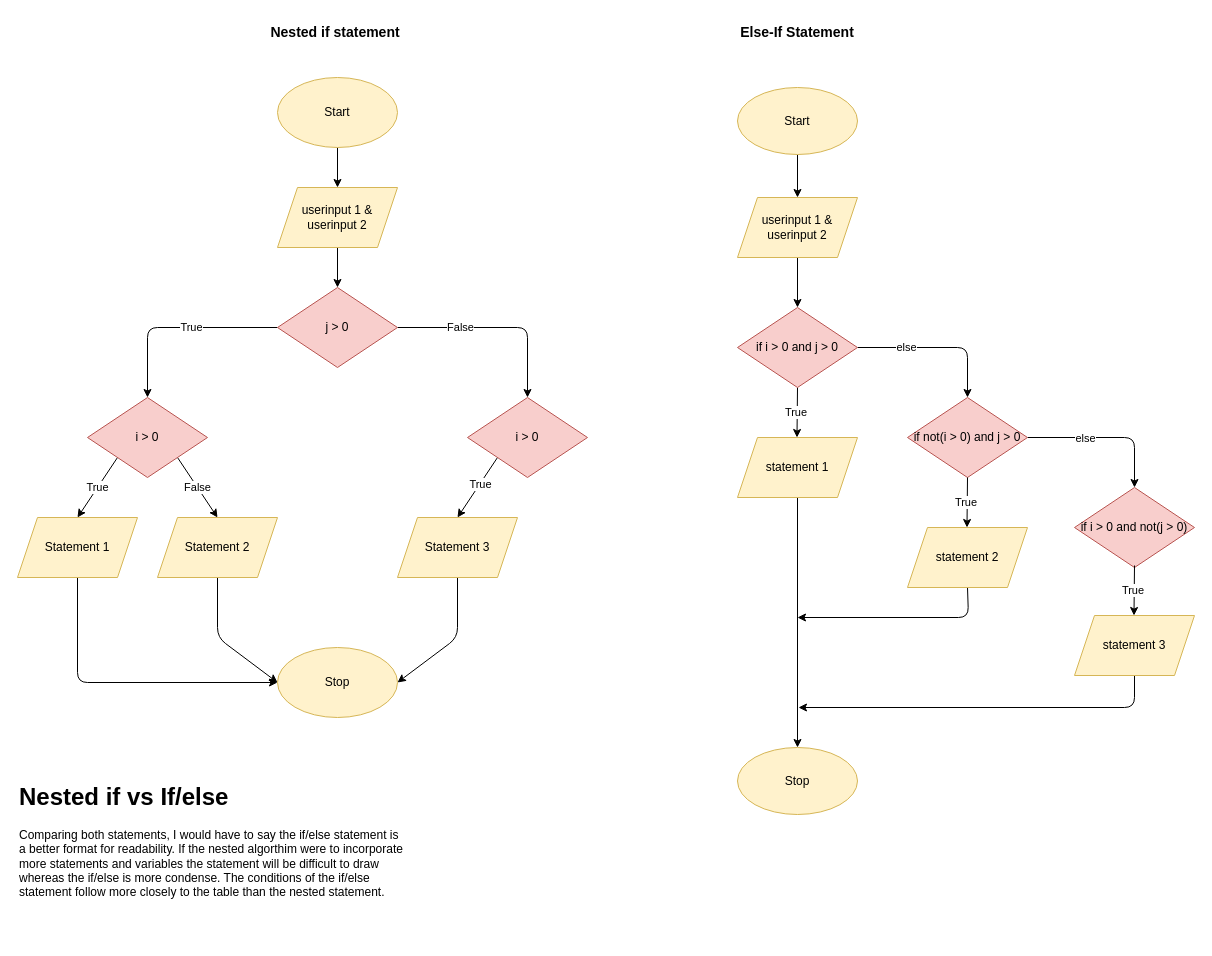
Earlier version of the draw.io diagram main.drawio (ipivanparra/Algorithm-4-1). Source tidied: cells renumbered, new cells numbered last; positions are measured from the earlier drawing's top-left corner, leaving out a move shared by most shapes. Both pictures are drawn from the tidied source at 100%, with x=0, y=0 at pixel (17, 17).
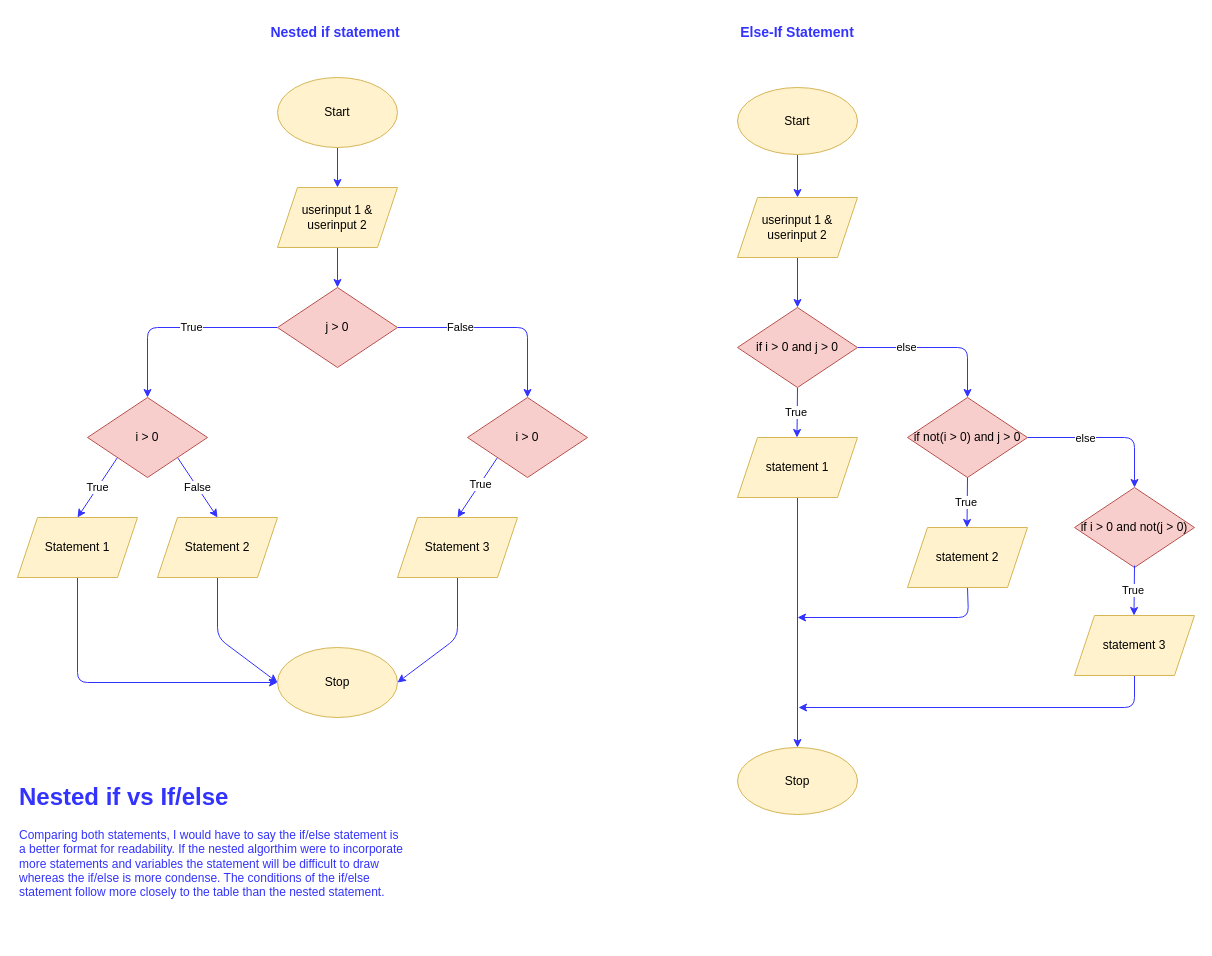
After the change.

Unchanged cells that the change refers to:
```xml
<mxCell id="3" value="userinput 1 &amp;amp; userinput 2" style="shape=parallelogram;perimeter=parallelogramPerimeter;whiteSpace=wrap;html=1;fixedSize=1;fillColor=#fff2cc;strokeColor=#d6b656;" parent="1" vertex="1">
  <mxGeometry x="260" y="170" width="120" height="60" as="geometry" />
</mxCell>
<mxCell id="9" value="Start" style="ellipse;whiteSpace=wrap;html=1;fillColor=#fff2cc;strokeColor=#d6b656;" parent="1" vertex="1">
  <mxGeometry x="260" y="60" width="120" height="70" as="geometry" />
</mxCell>
<mxCell id="12" value="i &amp;gt; 0" style="rhombus;whiteSpace=wrap;html=1;fillColor=#f8cecc;strokeColor=#b85450;" parent="1" vertex="1">
  <mxGeometry x="70" y="380" width="120" height="80" as="geometry" />
</mxCell>
<mxCell id="15" value="i &amp;gt; 0" style="rhombus;whiteSpace=wrap;html=1;fillColor=#f8cecc;strokeColor=#b85450;" parent="1" vertex="1">
  <mxGeometry x="450" y="380" width="120" height="80" as="geometry" />
</mxCell>
<mxCell id="17" value="Statement 1" style="shape=parallelogram;perimeter=parallelogramPerimeter;whiteSpace=wrap;html=1;fixedSize=1;fillColor=#fff2cc;strokeColor=#d6b656;" parent="1" vertex="1">
  <mxGeometry y="500" width="120" height="60" as="geometry" />
</mxCell>
<mxCell id="19" value="Statement 2" style="shape=parallelogram;perimeter=parallelogramPerimeter;whiteSpace=wrap;html=1;fixedSize=1;fillColor=#fff2cc;strokeColor=#d6b656;" parent="1" vertex="1">
  <mxGeometry x="140" y="500" width="120" height="60" as="geometry" />
</mxCell>
<mxCell id="21" value="Statement 3" style="shape=parallelogram;perimeter=parallelogramPerimeter;whiteSpace=wrap;html=1;fixedSize=1;fillColor=#fff2cc;strokeColor=#d6b656;" parent="1" vertex="1">
  <mxGeometry x="380" y="500" width="120" height="60" as="geometry" />
</mxCell>
<mxCell id="23" value="j &amp;gt; 0" style="rhombus;whiteSpace=wrap;html=1;fillColor=#f8cecc;strokeColor=#b85450;" parent="1" vertex="1">
  <mxGeometry x="260" y="270" width="120" height="80" as="geometry" />
</mxCell>
<mxCell id="24" value="Stop" style="ellipse;whiteSpace=wrap;html=1;fillColor=#fff2cc;strokeColor=#d6b656;" parent="1" vertex="1">
  <mxGeometry x="260" y="630" width="120" height="70" as="geometry" />
</mxCell>
<mxCell id="26" value="Start" style="ellipse;whiteSpace=wrap;html=1;fillColor=#fff2cc;strokeColor=#d6b656;" parent="1" vertex="1">
  <mxGeometry x="720" y="70" width="120" height="67" as="geometry" />
</mxCell>
<mxCell id="28" value="userinput 1 &amp;amp; userinput 2" style="shape=parallelogram;perimeter=parallelogramPerimeter;whiteSpace=wrap;html=1;fixedSize=1;fillColor=#fff2cc;strokeColor=#d6b656;" parent="1" vertex="1">
  <mxGeometry x="720" y="180" width="120" height="60" as="geometry" />
</mxCell>
<mxCell id="31" value="if i &amp;gt; 0 and j &amp;gt; 0" style="rhombus;whiteSpace=wrap;html=1;fillColor=#f8cecc;strokeColor=#b85450;" parent="1" vertex="1">
  <mxGeometry x="720" y="290" width="120" height="80" as="geometry" />
</mxCell>
<mxCell id="33" value="statement 1" style="shape=parallelogram;perimeter=parallelogramPerimeter;whiteSpace=wrap;html=1;fixedSize=1;fillColor=#fff2cc;strokeColor=#d6b656;" parent="1" vertex="1">
  <mxGeometry x="720" y="420" width="120" height="60" as="geometry" />
</mxCell>
<mxCell id="36" value="if not(i &amp;gt; 0) and j &amp;gt; 0" style="rhombus;whiteSpace=wrap;html=1;fillColor=#f8cecc;strokeColor=#b85450;" parent="1" vertex="1">
  <mxGeometry x="890" y="380" width="120" height="80" as="geometry" />
</mxCell>
<mxCell id="39" value="statement 2" style="shape=parallelogram;perimeter=parallelogramPerimeter;whiteSpace=wrap;html=1;fixedSize=1;fillColor=#fff2cc;strokeColor=#d6b656;" parent="1" vertex="1">
  <mxGeometry x="890" y="510" width="120" height="60" as="geometry" />
</mxCell>
<mxCell id="40" value="if i &amp;gt; 0 and not(j &amp;gt; 0)" style="rhombus;whiteSpace=wrap;html=1;fillColor=#f8cecc;strokeColor=#b85450;" parent="1" vertex="1">
  <mxGeometry x="1057" y="470" width="120" height="80" as="geometry" />
</mxCell>
<mxCell id="43" value="statement 3" style="shape=parallelogram;perimeter=parallelogramPerimeter;whiteSpace=wrap;html=1;fixedSize=1;fillColor=#fff2cc;strokeColor=#d6b656;" parent="1" vertex="1">
  <mxGeometry x="1057" y="598" width="120" height="60" as="geometry" />
</mxCell>
<mxCell id="44" value="Stop" style="ellipse;whiteSpace=wrap;html=1;fillColor=#fff2cc;strokeColor=#d6b656;" parent="1" vertex="1">
  <mxGeometry x="720" y="730" width="120" height="67" as="geometry" />
</mxCell>
```

The edit, as a diff of the source:
```diff
@@
-    <mxCell id="2" style="edgeStyle=none;html=1;exitX=0.5;exitY=1;exitDx=0;exitDy=0;entryX=0.5;entryY=0;entryDx=0;entryDy=0;" parent="1" edge="1" source="3" target="23">
+    <mxCell id="2" style="edgeStyle=none;html=1;exitX=0.5;exitY=1;exitDx=0;exitDy=0;entryX=0.5;entryY=0;entryDx=0;entryDy=0;strokeColor=#3333FF;fillColor=#3333FF;" parent="1" edge="1" source="3" target="23">
       <mxGeometry relative="1" as="geometry" />
     </mxCell>
@@
-    <mxCell id="4" style="edgeStyle=none;html=1;exitX=0;exitY=0.5;exitDx=0;exitDy=0;entryX=0.5;entryY=0;entryDx=0;entryDy=0;" parent="1" edge="1" target="12">
+    <mxCell id="4" style="edgeStyle=none;html=1;exitX=0;exitY=0.5;exitDx=0;exitDy=0;entryX=0.5;entryY=0;entryDx=0;entryDy=0;strokeColor=#3333FF;" parent="1" edge="1" target="12">
       <mxGeometry relative="1" as="geometry">
         <mxPoint x="260" y="310" as="sourcePoint" />
         <Array as="points">
           <mxPoint x="130" y="310" />
         </Array>
       </mxGeometry>
     </mxCell>
@@
-    <mxCell id="6" style="edgeStyle=none;html=1;exitX=1;exitY=0.5;exitDx=0;exitDy=0;entryX=0.5;entryY=0;entryDx=0;entryDy=0;" parent="1" edge="1" target="15">
+    <mxCell id="6" style="edgeStyle=none;html=1;exitX=1;exitY=0.5;exitDx=0;exitDy=0;entryX=0.5;entryY=0;entryDx=0;entryDy=0;fillColor=#3333FF;strokeColor=#3333FF;" parent="1" edge="1" target="15">
       <mxGeometry relative="1" as="geometry">
         <mxPoint x="380" y="310" as="sourcePoint" />
         <Array as="points">
           <mxPoint x="510" y="310" />
         </Array>
       </mxGeometry>
     </mxCell>
@@
-    <mxCell id="8" style="edgeStyle=none;html=1;exitX=0.5;exitY=1;exitDx=0;exitDy=0;entryX=0.5;entryY=0;entryDx=0;entryDy=0;" parent="1" edge="1" source="9" target="3">
+    <mxCell id="8" style="edgeStyle=none;html=1;exitX=0.5;exitY=1;exitDx=0;exitDy=0;entryX=0.5;entryY=0;entryDx=0;entryDy=0;strokeColor=#3333FF;" parent="1" edge="1" source="9" target="3">
       <mxGeometry relative="1" as="geometry" />
     </mxCell>
@@
-    <mxCell id="10" value="True" style="edgeStyle=none;html=1;exitX=0;exitY=1;exitDx=0;exitDy=0;entryX=0.5;entryY=0;entryDx=0;entryDy=0;" parent="1" edge="1" source="12" target="17">
+    <mxCell id="10" value="True" style="edgeStyle=none;html=1;exitX=0;exitY=1;exitDx=0;exitDy=0;entryX=0.5;entryY=0;entryDx=0;entryDy=0;strokeColor=#3333FF;" parent="1" edge="1" source="12" target="17">
       <mxGeometry relative="1" as="geometry" />
     </mxCell>
-    <mxCell id="11" value="False" style="edgeStyle=none;html=1;exitX=1;exitY=1;exitDx=0;exitDy=0;entryX=0.5;entryY=0;entryDx=0;entryDy=0;" parent="1" edge="1" source="12" target="19">
+    <mxCell id="11" value="False" style="edgeStyle=none;html=1;exitX=1;exitY=1;exitDx=0;exitDy=0;entryX=0.5;entryY=0;entryDx=0;entryDy=0;strokeColor=#3333FF;" parent="1" edge="1" source="12" target="19">
       <mxGeometry relative="1" as="geometry" />
     </mxCell>
@@
-    <mxCell id="13" style="edgeStyle=none;html=1;exitX=0;exitY=1;exitDx=0;exitDy=0;entryX=0.5;entryY=0;entryDx=0;entryDy=0;" parent="1" edge="1" source="15" target="21">
+    <mxCell id="13" style="edgeStyle=none;html=1;exitX=0;exitY=1;exitDx=0;exitDy=0;entryX=0.5;entryY=0;entryDx=0;entryDy=0;strokeColor=#3333FF;" parent="1" edge="1" source="15" target="21">
       <mxGeometry relative="1" as="geometry" />
     </mxCell>
@@
-    <mxCell id="16" style="edgeStyle=none;html=1;exitX=0.5;exitY=1;exitDx=0;exitDy=0;entryX=0;entryY=0.5;entryDx=0;entryDy=0;" parent="1" edge="1" source="17" target="24">
+    <mxCell id="16" style="edgeStyle=none;html=1;exitX=0.5;exitY=1;exitDx=0;exitDy=0;entryX=0;entryY=0.5;entryDx=0;entryDy=0;strokeColor=#3333FF;" parent="1" edge="1" source="17" target="24">
       <mxGeometry relative="1" as="geometry">
         <Array as="points">
           <mxPoint x="60" y="665" />
         </Array>
       </mxGeometry>
     </mxCell>
@@
-    <mxCell id="18" style="edgeStyle=none;html=1;exitX=0.5;exitY=1;exitDx=0;exitDy=0;entryX=0;entryY=0.5;entryDx=0;entryDy=0;" parent="1" edge="1" source="19" target="24">
+    <mxCell id="18" style="edgeStyle=none;html=1;exitX=0.5;exitY=1;exitDx=0;exitDy=0;entryX=0;entryY=0.5;entryDx=0;entryDy=0;strokeColor=#3333FF;" parent="1" edge="1" source="19" target="24">
       <mxGeometry relative="1" as="geometry">
         <Array as="points">
           <mxPoint x="200" y="620" />
         </Array>
       </mxGeometry>
     </mxCell>
@@
-    <mxCell id="20" style="edgeStyle=none;html=1;exitX=0.5;exitY=1;exitDx=0;exitDy=0;entryX=1;entryY=0.5;entryDx=0;entryDy=0;" parent="1" edge="1" source="21" target="24">
+    <mxCell id="20" style="edgeStyle=none;html=1;exitX=0.5;exitY=1;exitDx=0;exitDy=0;entryX=1;entryY=0.5;entryDx=0;entryDy=0;strokeColor=#3333FF;" parent="1" edge="1" source="21" target="24">
       <mxGeometry relative="1" as="geometry">
         <Array as="points">
           <mxPoint x="440" y="620" />
         </Array>
       </mxGeometry>
     </mxCell>
@@
-    <mxCell id="22" value="Nested if statement&amp;nbsp;" style="text;html=1;align=center;verticalAlign=middle;whiteSpace=wrap;rounded=0;fontStyle=1;fontSize=14;" parent="1" vertex="1">
+    <mxCell id="22" value="Nested if statement&amp;nbsp;" style="text;html=1;align=center;verticalAlign=middle;whiteSpace=wrap;rounded=0;fontStyle=1;fontSize=14;fontColor=#3333FF;" parent="1" vertex="1">
       <mxGeometry x="250" width="140" height="30" as="geometry" />
     </mxCell>
@@
-    <mxCell id="25" style="edgeStyle=none;html=1;" parent="1" edge="1" source="26" target="28">
+    <mxCell id="25" style="edgeStyle=none;html=1;strokeColor=#3333FF;" parent="1" edge="1" source="26" target="28">
       <mxGeometry relative="1" as="geometry" />
     </mxCell>
@@
-    <mxCell id="27" style="edgeStyle=none;html=1;" parent="1" edge="1" source="28" target="31">
+    <mxCell id="27" style="edgeStyle=none;html=1;strokeColor=#3333FF;" parent="1" edge="1" source="28" target="31">
       <mxGeometry relative="1" as="geometry" />
     </mxCell>
@@
-    <mxCell id="29" value="else" style="edgeStyle=none;html=1;exitX=1;exitY=0.5;exitDx=0;exitDy=0;" parent="1" edge="1" source="31">
+    <mxCell id="29" value="else" style="edgeStyle=none;html=1;exitX=1;exitY=0.5;exitDx=0;exitDy=0;strokeColor=#3333FF;" parent="1" edge="1" source="31">
       <mxGeometry x="-0.38" relative="1" as="geometry">
         <mxPoint x="950" y="380" as="targetPoint" />
         <Array as="points">
           <mxPoint x="950" y="330" />
         </Array>
         <mxPoint x="-1" as="offset" />
       </mxGeometry>
     </mxCell>
-    <mxCell id="30" value="True&amp;nbsp;" style="edgeStyle=none;html=1;exitX=0.5;exitY=1;exitDx=0;exitDy=0;" parent="1" edge="1" source="31">
+    <mxCell id="30" value="True&amp;nbsp;" style="edgeStyle=none;html=1;exitX=0.5;exitY=1;exitDx=0;exitDy=0;strokeColor=#3333FF;" parent="1" edge="1" source="31">
       <mxGeometry relative="1" as="geometry">
         <mxPoint x="779.5" y="420" as="targetPoint" />
       </mxGeometry>
     </mxCell>
@@
-    <mxCell id="32" style="edgeStyle=none;html=1;exitX=0.5;exitY=1;exitDx=0;exitDy=0;entryX=0.5;entryY=0;entryDx=0;entryDy=0;" parent="1" edge="1" source="33" target="44">
+    <mxCell id="32" style="edgeStyle=none;html=1;exitX=0.5;exitY=1;exitDx=0;exitDy=0;entryX=0.5;entryY=0;entryDx=0;entryDy=0;strokeColor=#3333FF;" parent="1" edge="1" source="33" target="44">
       <mxGeometry relative="1" as="geometry" />
     </mxCell>
@@
-    <mxCell id="34" style="edgeStyle=none;html=1;exitX=1;exitY=0.5;exitDx=0;exitDy=0;entryX=0.5;entryY=0;entryDx=0;entryDy=0;" parent="1" edge="1" source="36" target="40">
+    <mxCell id="34" style="edgeStyle=none;html=1;exitX=1;exitY=0.5;exitDx=0;exitDy=0;entryX=0.5;entryY=0;entryDx=0;entryDy=0;strokeColor=#3333FF;" parent="1" edge="1" source="36" target="40">
       <mxGeometry relative="1" as="geometry">
         <Array as="points">
           <mxPoint x="1117" y="420" />
         </Array>
       </mxGeometry>
     </mxCell>
@@
-    <mxCell id="37" value="True&amp;nbsp;" style="edgeStyle=none;html=1;exitX=0.5;exitY=1;exitDx=0;exitDy=0;" parent="1" edge="1">
+    <mxCell id="37" value="True&amp;nbsp;" style="edgeStyle=none;html=1;exitX=0.5;exitY=1;exitDx=0;exitDy=0;strokeColor=#3333FF;" parent="1" edge="1">
       <mxGeometry relative="1" as="geometry">
         <mxPoint x="950" y="460" as="sourcePoint" />
         <mxPoint x="949.5" y="510" as="targetPoint" />
       </mxGeometry>
     </mxCell>
-    <mxCell id="38" style="edgeStyle=none;html=1;exitX=0.5;exitY=1;exitDx=0;exitDy=0;" parent="1" edge="1" source="39">
+    <mxCell id="38" style="edgeStyle=none;html=1;exitX=0.5;exitY=1;exitDx=0;exitDy=0;strokeColor=#3333FF;" parent="1" edge="1" source="39">
       <mxGeometry relative="1" as="geometry">
         <mxPoint x="780" y="600" as="targetPoint" />
         <Array as="points">
           <mxPoint x="951" y="600" />
         </Array>
       </mxGeometry>
     </mxCell>
@@
-    <mxCell id="41" value="True&amp;nbsp;" style="edgeStyle=none;html=1;exitX=0.5;exitY=1;exitDx=0;exitDy=0;" parent="1" edge="1">
+    <mxCell id="41" value="True&amp;nbsp;" style="edgeStyle=none;html=1;exitX=0.5;exitY=1;exitDx=0;exitDy=0;strokeColor=#3333FF;" parent="1" edge="1">
       <mxGeometry relative="1" as="geometry">
         <mxPoint x="1117" y="548" as="sourcePoint" />
         <mxPoint x="1116.5" y="598" as="targetPoint" />
       </mxGeometry>
     </mxCell>
-    <mxCell id="42" style="edgeStyle=none;html=1;exitX=0.5;exitY=1;exitDx=0;exitDy=0;" parent="1" edge="1" source="43">
+    <mxCell id="42" style="edgeStyle=none;html=1;exitX=0.5;exitY=1;exitDx=0;exitDy=0;strokeColor=#3333FF;" parent="1" edge="1" source="43">
       <mxGeometry relative="1" as="geometry">
         <mxPoint x="781" y="690" as="targetPoint" />
         <Array as="points">
           <mxPoint x="1117" y="690" />
         </Array>
       </mxGeometry>
     </mxCell>
@@
-    <mxCell id="45" value="Else-If Statement" style="text;html=1;align=center;verticalAlign=middle;whiteSpace=wrap;rounded=0;fontStyle=1;fontSize=14;" parent="1" vertex="1">
+    <mxCell id="45" value="Else-If Statement" style="text;html=1;align=center;verticalAlign=middle;whiteSpace=wrap;rounded=0;fontStyle=1;fontSize=14;fontColor=#3333FF;" parent="1" vertex="1">
       <mxGeometry x="720" width="120" height="30" as="geometry" />
     </mxCell>
-    <mxCell id="46" value="&lt;h1 style=&quot;margin-top: 0px;&quot;&gt;Nested if vs If/else&lt;/h1&gt;&lt;p&gt;Comparing both statements, I would have to say the if/else statement is a better format for readability. If the nested algorthim were to incorporate more statements and variables the statement will be difficult to draw whereas the if/else is more condense. The conditions of the if/else statement follow more closely to the table than the nested statement.&amp;nbsp;&lt;/p&gt;" style="text;html=1;whiteSpace=wrap;overflow=hidden;rounded=0;" parent="1" vertex="1">
+    <mxCell id="46" value="&lt;h1 style=&quot;margin-top: 0px;&quot;&gt;&lt;font style=&quot;color: rgb(51, 51, 255);&quot;&gt;Nested if vs If/else&lt;/font&gt;&lt;/h1&gt;&lt;p&gt;&lt;font style=&quot;color: rgb(51, 51, 255);&quot;&gt;Comparing both statements, I would have to say the if/else statement is a better format for readability. If the nested algorthim were to incorporate more statements and variables the statement will be difficult to draw whereas the if/else is more condense. The conditions of the if/else statement follow more closely to the table than the nested statement.&amp;nbsp;&lt;/font&gt;&lt;/p&gt;" style="text;html=1;whiteSpace=wrap;overflow=hidden;rounded=0;fontColor=#3333FF;" parent="1" vertex="1">
       <mxGeometry y="759" width="390" height="160" as="geometry" />
     </mxCell>
```
